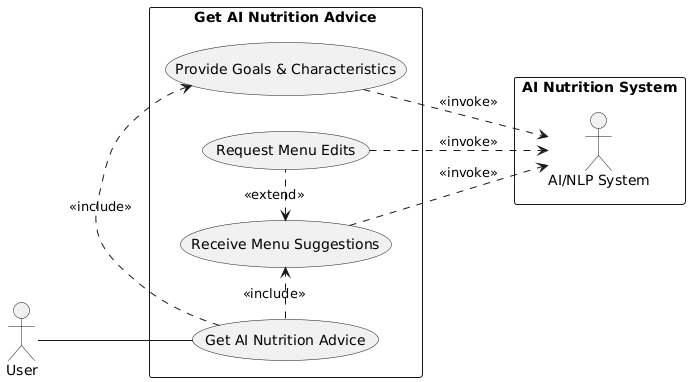
LQTam787/Thesis keeps this PlantUML diagram as Requirements/UmlPictures/NutritionAdviceUseCase.png. Above is the earlier version. The source it was exported from:
```plantuml
@startuml

left to right direction

actor User
rectangle "AI Nutrition System" {
    actor "AI/NLP System" as AISystem
}

rectangle "Get AI Nutrition Advice" {
    usecase UC_Advice as "Get AI Nutrition Advice"

    usecase UC_ProvideInfo as "Provide Goals & Characteristics"
    usecase UC_GetMenu as "Receive Menu Suggestions"
    usecase UC_EditMenu as "Request Menu Edits"

    User -- UC_Advice

    UC_Advice .> UC_ProvideInfo : <<include>>
    UC_Advice .> UC_GetMenu : <<include>>
    UC_GetMenu <. UC_EditMenu : <<extend>>

    UC_ProvideInfo ..> AISystem : <<invoke>>
    UC_GetMenu ..> AISystem : <<invoke>>
    UC_EditMenu ..> AISystem : <<invoke>>
}
@enduml
```
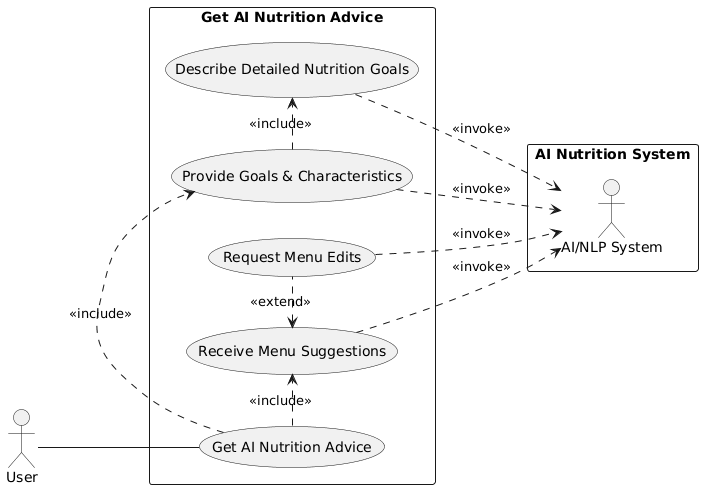
Above is the later version.

Change to the diagram source:
```diff
@@ -11,16 +11,19 @@
     usecase UC_Advice as "Get AI Nutrition Advice"
 
     usecase UC_ProvideInfo as "Provide Goals & Characteristics"
+    usecase UC_DescribeGoals as "Describe Detailed Nutrition Goals"
     usecase UC_GetMenu as "Receive Menu Suggestions"
     usecase UC_EditMenu as "Request Menu Edits"
 
     User -- UC_Advice
 
     UC_Advice .> UC_ProvideInfo : <<include>>
+    UC_ProvideInfo .> UC_DescribeGoals : <<include>>
     UC_Advice .> UC_GetMenu : <<include>>
     UC_GetMenu <. UC_EditMenu : <<extend>>
 
     UC_ProvideInfo ..> AISystem : <<invoke>>
+    UC_DescribeGoals ..> AISystem : <<invoke>>
     UC_GetMenu ..> AISystem : <<invoke>>
     UC_EditMenu ..> AISystem : <<invoke>>
 }
```
